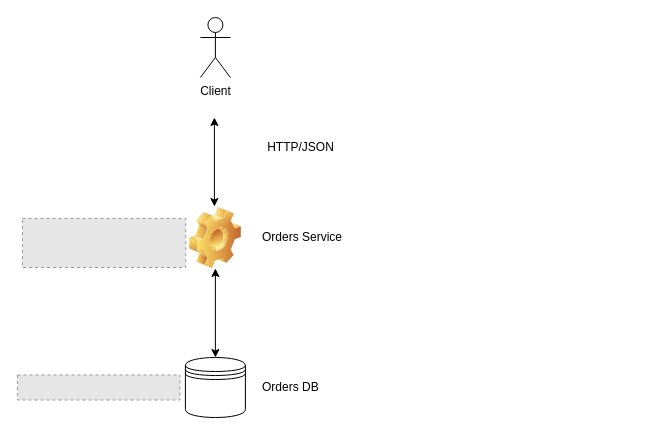
The draw.io diagram labs/02-eCommerce_microservices/order/img/order-ms.drawio in sunnyvale-academy/ITS-ICT_Microservices, before the edit. Source tidied: cells renumbered, new cells numbered last; positions are measured from the earlier drawing's top-left corner, leaving out a move shared by most shapes. Both pictures are drawn from the tidied source at 100%, with x=0, y=0 at pixel (17, 17). Pictures stored in the file or linked from it are replaced by grey dashed boxes.
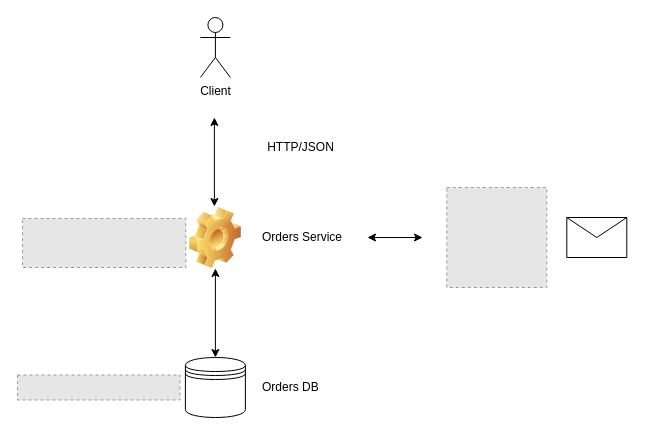
The same diagram, later.

What changed in the source:
```diff
@@
 <mxGraphModel background="#ffffff">
   <root>
     <mxCell id="0" />
     <mxCell id="1" parent="0" />
     <mxCell id="2" style="shape=datastore;whiteSpace=wrap;html=1;" parent="1" vertex="1">
       <mxGeometry x="167.9" y="340" width="60" height="60" as="geometry" />
     </mxCell>
     <mxCell id="3" style="shape=image;html=1;verticalLabelPosition=bottom;verticalAlign=top;imageAspect=1;image=img/clipart/Gear_128x128.png;" parent="1" vertex="1">
       <mxGeometry x="171.9" y="190" width="52" height="61" as="geometry" />
     </mxCell>
     <mxCell id="4" style="endArrow=classic;startArrow=classic;html=1;exitX=0.5;exitY=0;exitDx=0;exitDy=0;" parent="1" edge="1" source="2" target="3">
       <mxGeometry relative="1" as="geometry" />
     </mxCell>
     <mxCell id="5" value="Client" style="shape=umlActor;verticalLabelPosition=bottom;verticalAlign=top;html=1;" parent="1" vertex="1">
       <mxGeometry x="182.9" width="30" height="60" as="geometry" />
     </mxCell>
     <mxCell id="6" style="endArrow=classic;startArrow=classic;html=1;exitX=0.5;exitY=0;exitDx=0;exitDy=0;" parent="1" edge="1">
       <mxGeometry relative="1" as="geometry">
         <mxPoint x="196.9" y="189" as="sourcePoint" />
         <mxPoint x="196.9" y="100" as="targetPoint" />
       </mxGeometry>
     </mxCell>
     <mxCell id="7" value="Orders Service" style="text;html=1;align=left;verticalAlign=middle;fillColor=none;strokeColor=none;rounded=0;" parent="1" vertex="1">
       <mxGeometry x="242.9" y="210" width="100" height="20" as="geometry" />
     </mxCell>
     <mxCell id="8" value="Orders DB" style="text;html=1;align=left;verticalAlign=middle;fillColor=none;strokeColor=none;rounded=0;" parent="1" vertex="1">
       <mxGeometry x="242.9" y="360" width="70" height="20" as="geometry" />
     </mxCell>
     <mxCell id="9" style="fillColor=#E6E6E6;strokeColor=#999999;dashed=1;verticalLabelPosition=bottom;verticalAlign=top;" parent="1" vertex="1">
       <mxGeometry x="5" y="201" width="163.3" height="49" as="geometry" />
     </mxCell>
     <mxCell id="10" value="HTTP/JSON" style="text;html=1;align=center;verticalAlign=middle;fillColor=none;strokeColor=none;rounded=0;" parent="1" vertex="1">
       <mxGeometry x="242.9" y="120" width="80" height="20" as="geometry" />
     </mxCell>
     <mxCell id="11" style="fillColor=#E6E6E6;strokeColor=#999999;dashed=1;verticalLabelPosition=bottom;verticalAlign=top;" parent="1" vertex="1">
       <mxGeometry y="357.5" width="162.5" height="25" as="geometry" />
     </mxCell>
+    <mxCell id="12" style="endArrow=classic;startArrow=classic;html=1;" parent="1" edge="1">
+      <mxGeometry relative="1" as="geometry">
+        <mxPoint x="405" y="220" as="sourcePoint" />
+        <mxPoint x="350" y="220" as="targetPoint" />
+      </mxGeometry>
+    </mxCell>
+    <mxCell id="13" style="fillColor=#E6E6E6;strokeColor=#999999;dashed=1;verticalLabelPosition=bottom;verticalAlign=top;" parent="1" vertex="1">
+      <mxGeometry x="429.3" y="170" width="100" height="100" as="geometry" />
+    </mxCell>
+    <mxCell id="14" style="shape=message;html=1;whiteSpace=wrap;html=1;" parent="1" vertex="1">
+      <mxGeometry x="549.3" y="200" width="60" height="40" as="geometry" />
+    </mxCell>
   </root>
 </mxGraphModel>
```
